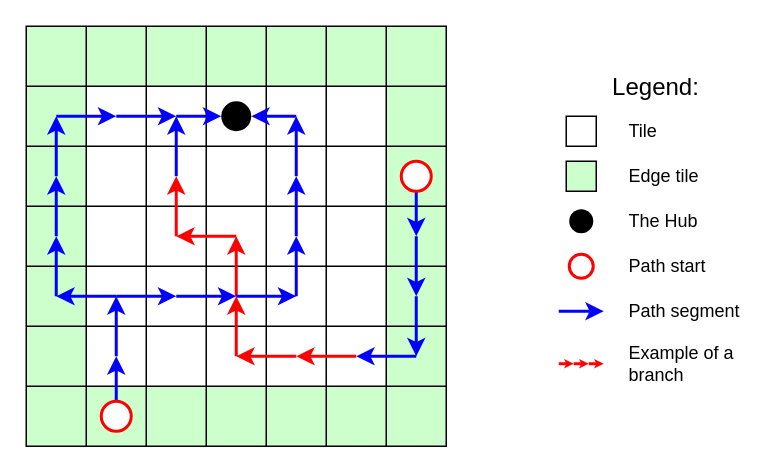
Above: Thesis/diagrams/example path network.drawio in Villfuk02/Project-Nitrogen (draw.io), before the change. Source tidied: cells renumbered, new cells numbered last; positions are measured from the earlier drawing's top-left corner, leaving out a move shared by most shapes. Both pictures are drawn from the tidied source at 150%, with x=0, y=0 at pixel (26, 26).
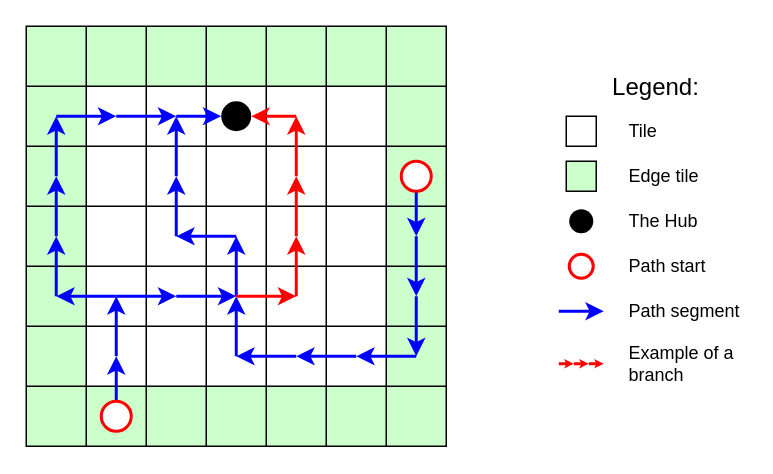
The same diagram, later.

Diff of the diagram source:
```diff
@@
-    <mxCell id="21" style="endArrow=classic;html=1;rounded=0;strokeWidth=2;strokeColor=#FF0000;" parent="1" edge="1">
+    <mxCell id="21" style="endArrow=classic;html=1;rounded=0;strokeWidth=2;strokeColor=#0000FF;" parent="1" edge="1">
       <mxGeometry relative="1" as="geometry">
         <mxPoint x="140" y="180" as="sourcePoint" />
         <mxPoint x="140" y="140" as="targetPoint" />
       </mxGeometry>
     </mxCell>
@@
-    <mxCell id="29" style="endArrow=classic;html=1;rounded=0;strokeWidth=2;strokeColor=#FF0000;" parent="1" edge="1">
+    <mxCell id="29" style="endArrow=classic;html=1;rounded=0;strokeWidth=2;strokeColor=#0000FF;" parent="1" edge="1">
       <mxGeometry relative="1" as="geometry">
         <mxPoint x="140" y="140" as="sourcePoint" />
         <mxPoint x="100" y="140" as="targetPoint" />
       </mxGeometry>
     </mxCell>
@@
-    <mxCell id="34" style="endArrow=classic;html=1;rounded=0;strokeWidth=2;strokeColor=#FF0000;" parent="1" edge="1">
+    <mxCell id="34" style="endArrow=classic;html=1;rounded=0;strokeWidth=2;strokeColor=#0000FF;" parent="1" edge="1">
       <mxGeometry relative="1" as="geometry">
         <mxPoint x="220" y="220" as="sourcePoint" />
         <mxPoint x="180" y="220" as="targetPoint" />
       </mxGeometry>
     </mxCell>
-    <mxCell id="35" style="endArrow=classic;html=1;rounded=0;strokeWidth=2;strokeColor=#FF0000;" parent="1" edge="1">
+    <mxCell id="35" style="endArrow=classic;html=1;rounded=0;strokeWidth=2;strokeColor=#0000FF;" parent="1" edge="1">
       <mxGeometry relative="1" as="geometry">
         <mxPoint x="180" y="220" as="sourcePoint" />
         <mxPoint x="140" y="220" as="targetPoint" />
       </mxGeometry>
     </mxCell>
-    <mxCell id="36" style="endArrow=classic;html=1;rounded=0;strokeWidth=2;strokeColor=#FF0000;" parent="1" edge="1">
+    <mxCell id="36" style="endArrow=classic;html=1;rounded=0;strokeWidth=2;strokeColor=#0000FF;" parent="1" edge="1">
       <mxGeometry relative="1" as="geometry">
         <mxPoint x="140" y="220" as="sourcePoint" />
         <mxPoint x="140" y="180" as="targetPoint" />
       </mxGeometry>
     </mxCell>
-    <mxCell id="37" style="endArrow=classic;html=1;rounded=0;strokeWidth=2;strokeColor=#0000FF;" parent="1" edge="1">
+    <mxCell id="37" style="endArrow=classic;html=1;rounded=0;strokeWidth=2;strokeColor=#FF0000;" parent="1" edge="1">
       <mxGeometry relative="1" as="geometry">
         <mxPoint x="140" y="180" as="sourcePoint" />
         <mxPoint x="180" y="180" as="targetPoint" />
       </mxGeometry>
     </mxCell>
-    <mxCell id="38" style="endArrow=classic;html=1;rounded=0;strokeWidth=2;strokeColor=#0000FF;" parent="1" edge="1">
+    <mxCell id="38" style="endArrow=classic;html=1;rounded=0;strokeWidth=2;strokeColor=#FF0000;" parent="1" edge="1">
       <mxGeometry relative="1" as="geometry">
         <mxPoint x="180" y="180" as="sourcePoint" />
         <mxPoint x="180" y="140" as="targetPoint" />
       </mxGeometry>
     </mxCell>
-    <mxCell id="39" style="endArrow=classic;html=1;rounded=0;strokeWidth=2;strokeColor=#0000FF;" parent="1" edge="1">
+    <mxCell id="39" style="endArrow=classic;html=1;rounded=0;strokeWidth=2;strokeColor=#FF0000;" parent="1" edge="1">
       <mxGeometry relative="1" as="geometry">
         <mxPoint x="180" y="100" as="sourcePoint" />
         <mxPoint x="180" y="60" as="targetPoint" />
       </mxGeometry>
     </mxCell>
-    <mxCell id="40" style="endArrow=classic;html=1;rounded=0;strokeWidth=2;strokeColor=#0000FF;" parent="1" edge="1">
+    <mxCell id="40" style="endArrow=classic;html=1;rounded=0;strokeWidth=2;strokeColor=#FF0000;" parent="1" edge="1">
       <mxGeometry relative="1" as="geometry">
         <mxPoint x="180" y="60" as="sourcePoint" />
         <mxPoint x="150" y="60" as="targetPoint" />
       </mxGeometry>
     </mxCell>
-    <mxCell id="41" style="endArrow=classic;html=1;rounded=0;strokeWidth=2;strokeColor=#0000FF;" parent="1" edge="1">
+    <mxCell id="41" style="endArrow=classic;html=1;rounded=0;strokeWidth=2;strokeColor=#FF0000;" parent="1" edge="1">
       <mxGeometry relative="1" as="geometry">
         <mxPoint x="180" y="140" as="sourcePoint" />
         <mxPoint x="180" y="100" as="targetPoint" />
       </mxGeometry>
     </mxCell>
-    <mxCell id="42" style="endArrow=classic;html=1;rounded=0;strokeWidth=2;strokeColor=#FF0000;" parent="1" edge="1">
+    <mxCell id="42" style="endArrow=classic;html=1;rounded=0;strokeWidth=2;strokeColor=#0000FF;" parent="1" edge="1">
       <mxGeometry relative="1" as="geometry">
         <mxPoint x="100" y="140" as="sourcePoint" />
         <mxPoint x="100" y="100" as="targetPoint" />
       </mxGeometry>
     </mxCell>
```
